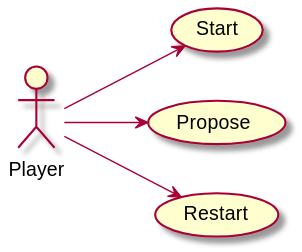
Above: requirements/images/actorDiagram.svg in jumpering/Hanged (PlantUML), before the change.
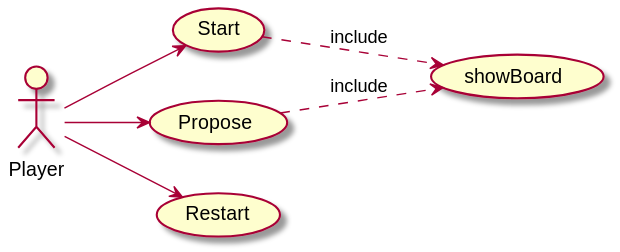
Later version of the same file.

Diff of the diagram source:
```diff
@@ -5,7 +5,10 @@
 usecase "Start" as start
 usecase "Propose" as propose
 usecase "Restart" as restart
+usecase "showBoard" as showBoard
 player --> start
+start ..> showBoard :include
 player --> propose
+propose ..> showBoard :include
 player --> restart
 @enduml
```
